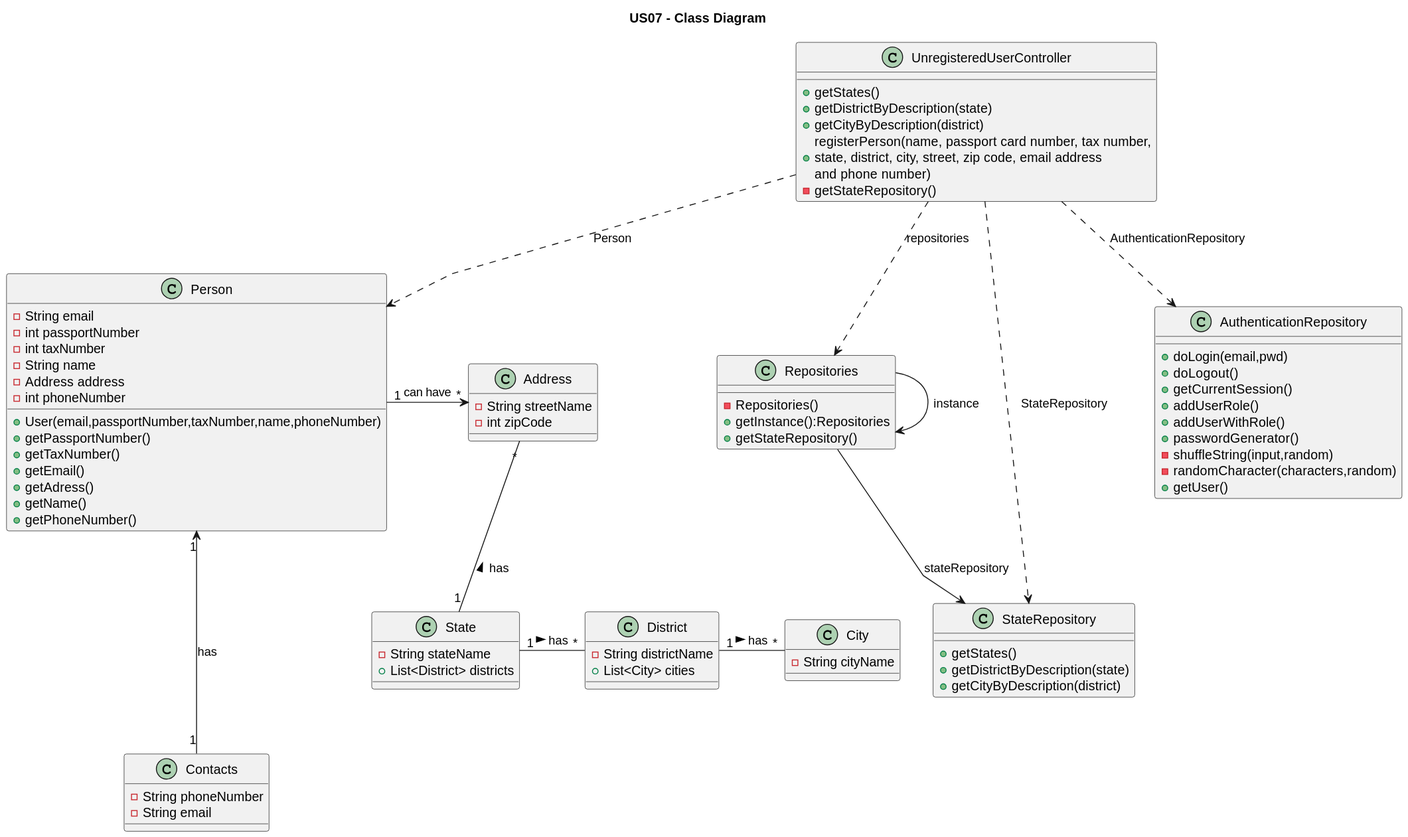
This is docs/sprintB/US07/03.design/svg/us07-class-diagram.svg from PureNimble/ISEP-LAPR2, a PlantUML export, as it was before one commit.
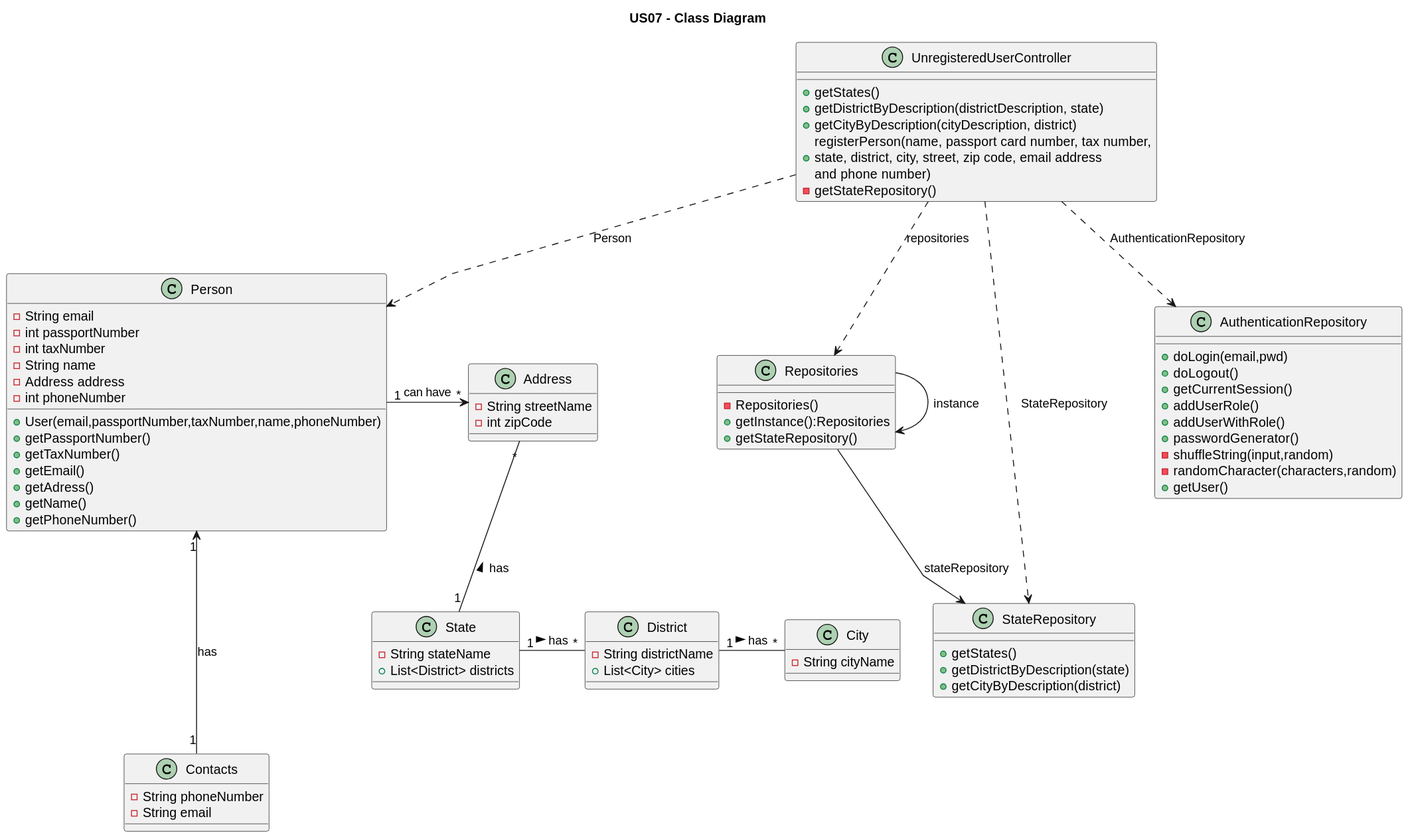
The same file after the commit.

The edit, as a diff of the source:
```diff
@@ -57,8 +57,8 @@
 
 class UnregisteredUserController {
     + getStates()
-    + getDistrictByDescription(state)
-    + getCityByDescription(district)
+    + getDistrictByDescription(districtDescription, state)
+    + getCityByDescription(cityDescription, district)
     + registerPerson(name, passport card number, tax number,\nstate, district, city, street, zip code, email address\nand phone number)
     - getStateRepository()
 }
```
